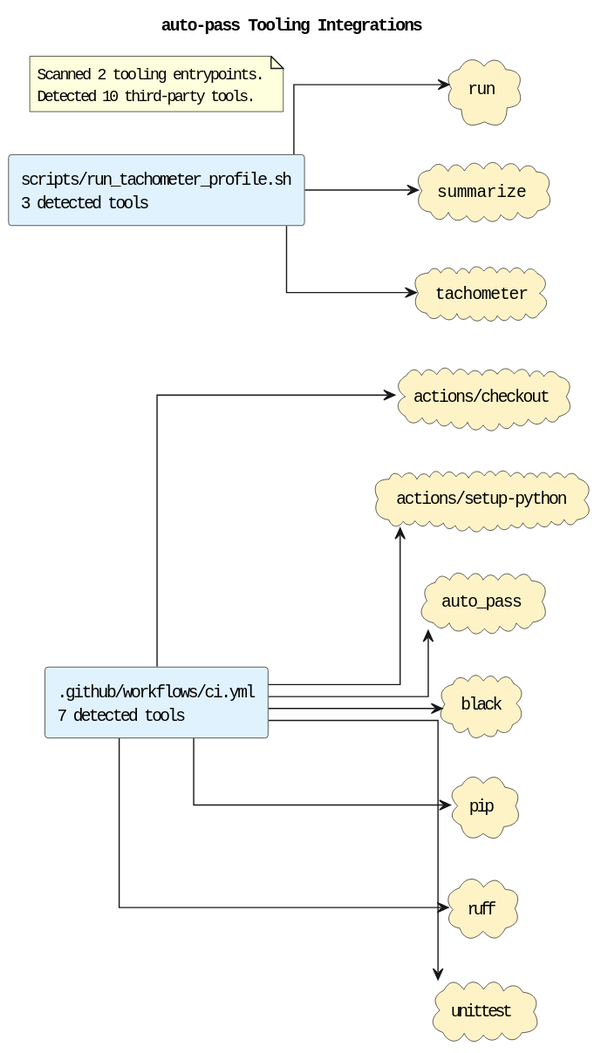
Earlier version of the PlantUML export docs/diagrams/tooling-integrations.puml.svg (casonk/auto-pass).
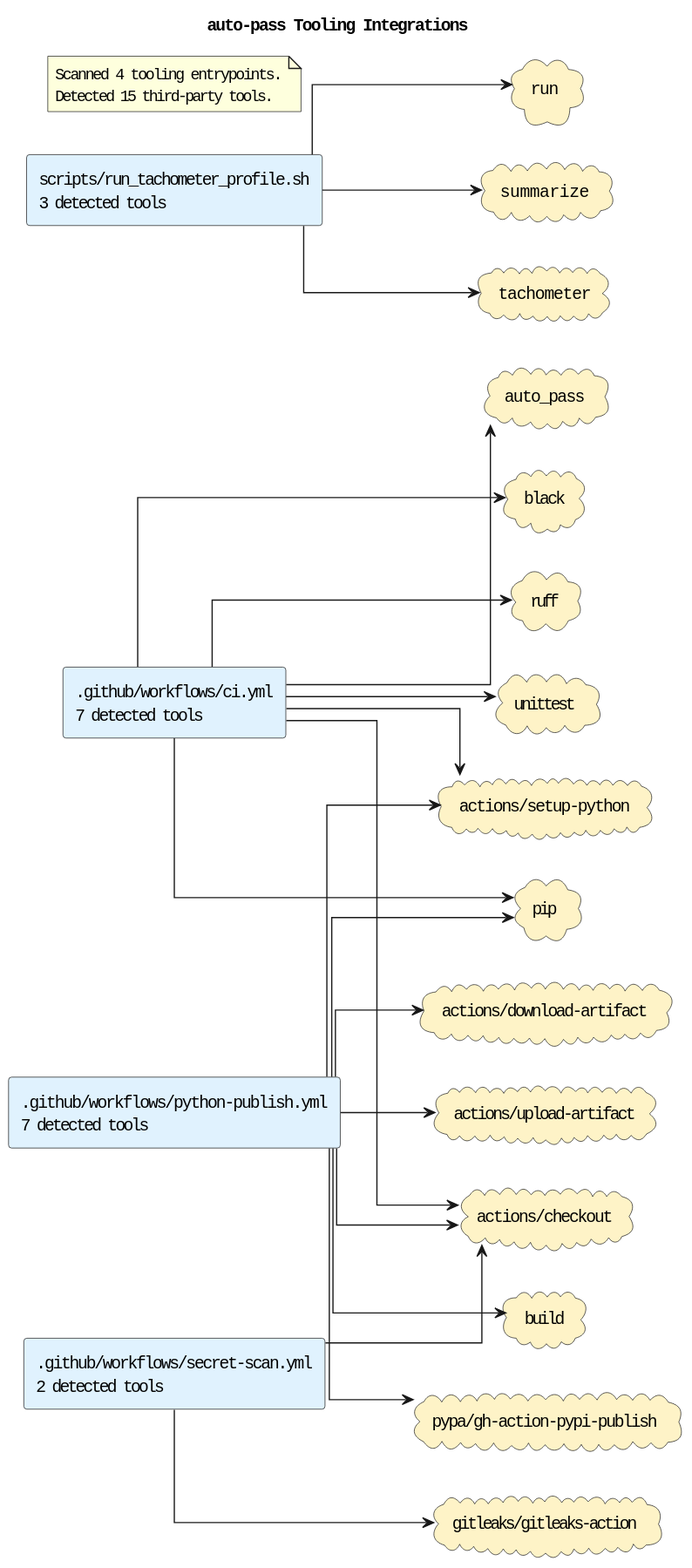
After the change.

The edit, as a diff of the source:
```diff
@@ -6,12 +6,19 @@
 skinparam componentStyle rectangle
 skinparam linetype ortho
 rectangle ".github/workflows/ci.yml\n7 detected tools" as source_github_workflows_ci_yml #E0F2FE
+rectangle ".github/workflows/python-publish.yml\n7 detected tools" as source_github_workflows_python_publish_yml #E0F2FE
+rectangle ".github/workflows/secret-scan.yml\n2 detected tools" as source_github_workflows_secret_scan_yml #E0F2FE
 rectangle "scripts/run_tachometer_profile.sh\n3 detected tools" as source_scripts_run_tachometer_profile_sh #E0F2FE
 cloud "actions/checkout" as tool_actions_checkout #FEF3C7
+cloud "actions/download-artifact" as tool_actions_download_artifact #FEF3C7
 cloud "actions/setup-python" as tool_actions_setup_python #FEF3C7
+cloud "actions/upload-artifact" as tool_actions_upload_artifact #FEF3C7
 cloud "auto_pass" as tool_auto_pass #FEF3C7
 cloud "black" as tool_black #FEF3C7
+cloud "build" as tool_build #FEF3C7
+cloud "gitleaks/gitleaks-action" as tool_gitleaks_gitleaks_action #FEF3C7
 cloud "pip" as tool_pip #FEF3C7
+cloud "pypa/gh-action-pypi-publish" as tool_pypa_gh_action_pypi_publish #FEF3C7
 cloud "ruff" as tool_ruff #FEF3C7
 cloud "run" as tool_run #FEF3C7
 cloud "summarize" as tool_summarize #FEF3C7
@@ -24,11 +31,20 @@
 source_github_workflows_ci_yml --> tool_pip
 source_github_workflows_ci_yml --> tool_ruff
 source_github_workflows_ci_yml --> tool_unittest
+source_github_workflows_python_publish_yml --> tool_actions_checkout
+source_github_workflows_python_publish_yml --> tool_actions_download_artifact
+source_github_workflows_python_publish_yml --> tool_actions_setup_python
+source_github_workflows_python_publish_yml --> tool_actions_upload_artifact
+source_github_workflows_python_publish_yml --> tool_build
+source_github_workflows_python_publish_yml --> tool_pip
+source_github_workflows_python_publish_yml --> tool_pypa_gh_action_pypi_publish
+source_github_workflows_secret_scan_yml --> tool_actions_checkout
+source_github_workflows_secret_scan_yml --> tool_gitleaks_gitleaks_action
 source_scripts_run_tachometer_profile_sh --> tool_run
 source_scripts_run_tachometer_profile_sh --> tool_summarize
 source_scripts_run_tachometer_profile_sh --> tool_tachometer
 note as toolingGraphSummary
-Scanned 2 tooling entrypoints.
-Detected 10 third-party tools.
+Scanned 4 tooling entrypoints.
+Detected 15 third-party tools.
 end note
 @enduml
```
